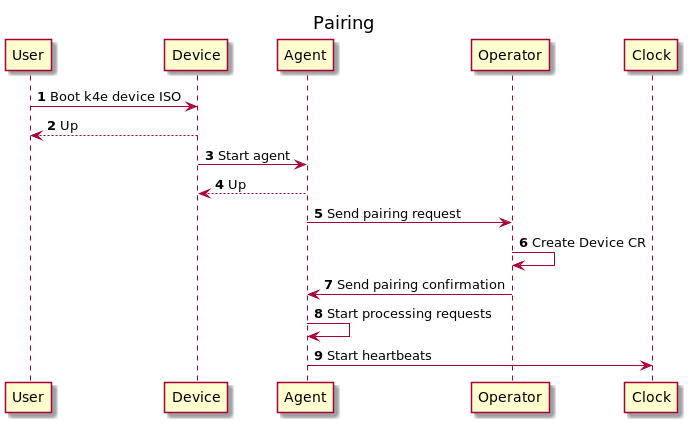
This is docs/diagrams/Pairing.png from jakub-dzon/k4e-agent, a PlantUML export, as it was before one commit.
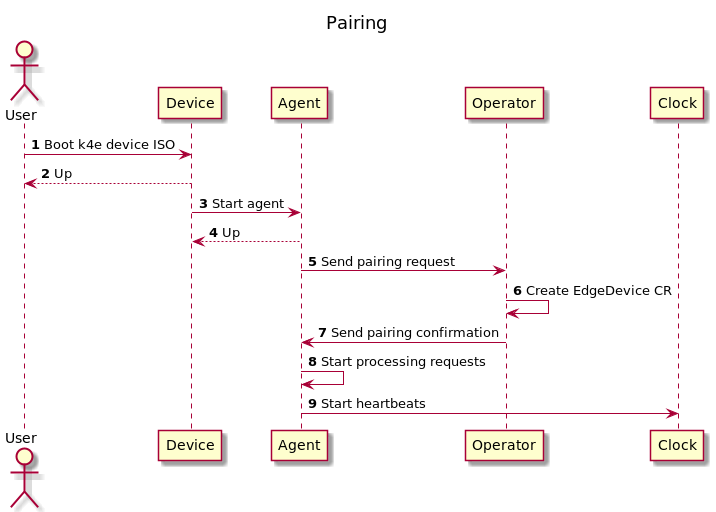
After the change.

Diff of the diagram source:
```diff
@@ -3,13 +3,14 @@
 title Pairing
 
 autonumber
+actor User
 
 User -> Device: Boot k4e device ISO
 Device --> User: Up
 Device -> Agent: Start agent
 Agent --> Device: Up
 Agent -> Operator: Send pairing request
-Operator -> Operator: Create Device CR
+Operator -> Operator: Create EdgeDevice CR
 Operator -> Agent: Send pairing confirmation
 Agent -> Agent: Start processing requests
 Agent -> Clock: Start heartbeats
```
